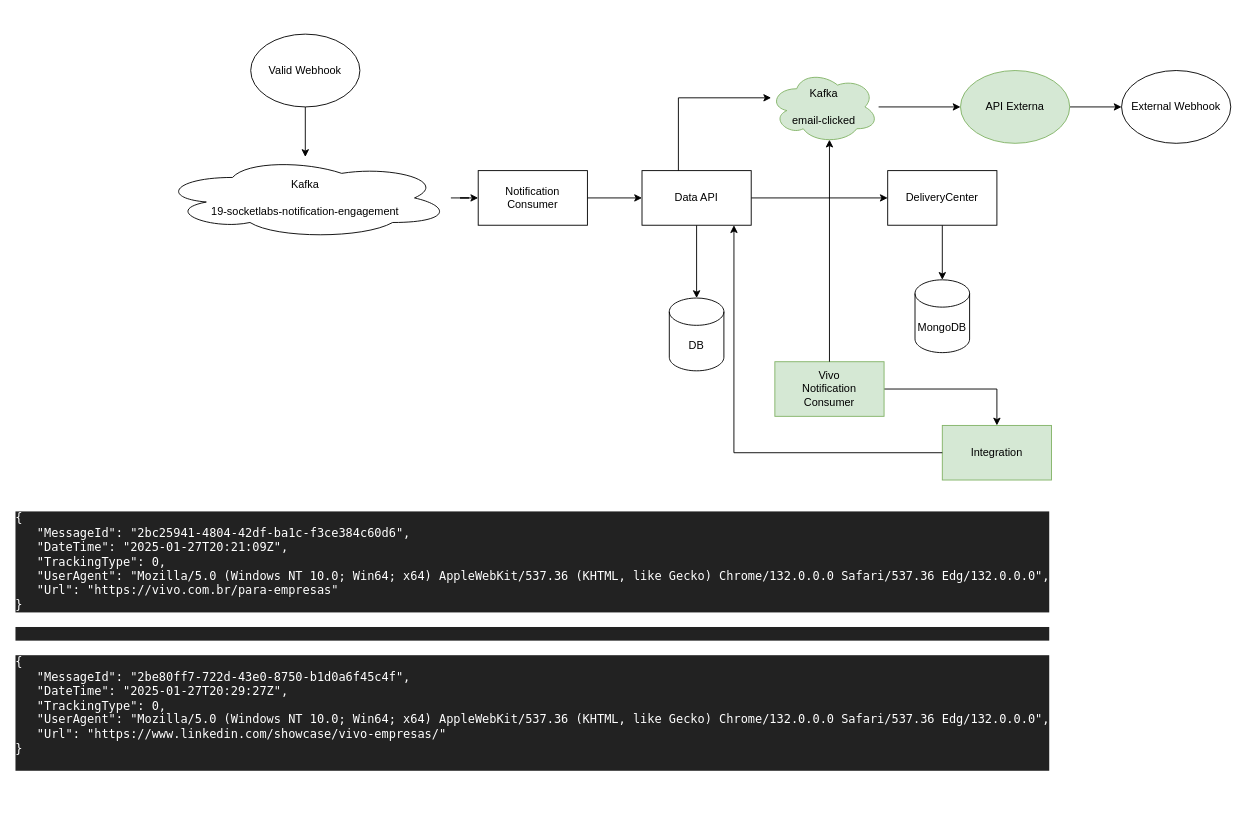
Before: page "Fluxo email clicado Kafka - Ideal" (2 of 2) of Analise 27012025.drawio in caio-bueno/draws-valid, a draw.io diagram. Source tidied: cells renumbered, new cells numbered last; positions are measured from the earlier drawing's top-left corner, leaving out a move shared by most shapes. Both pictures are drawn from the tidied source at 91%, with x=0, y=0 at pixel (68, 34).
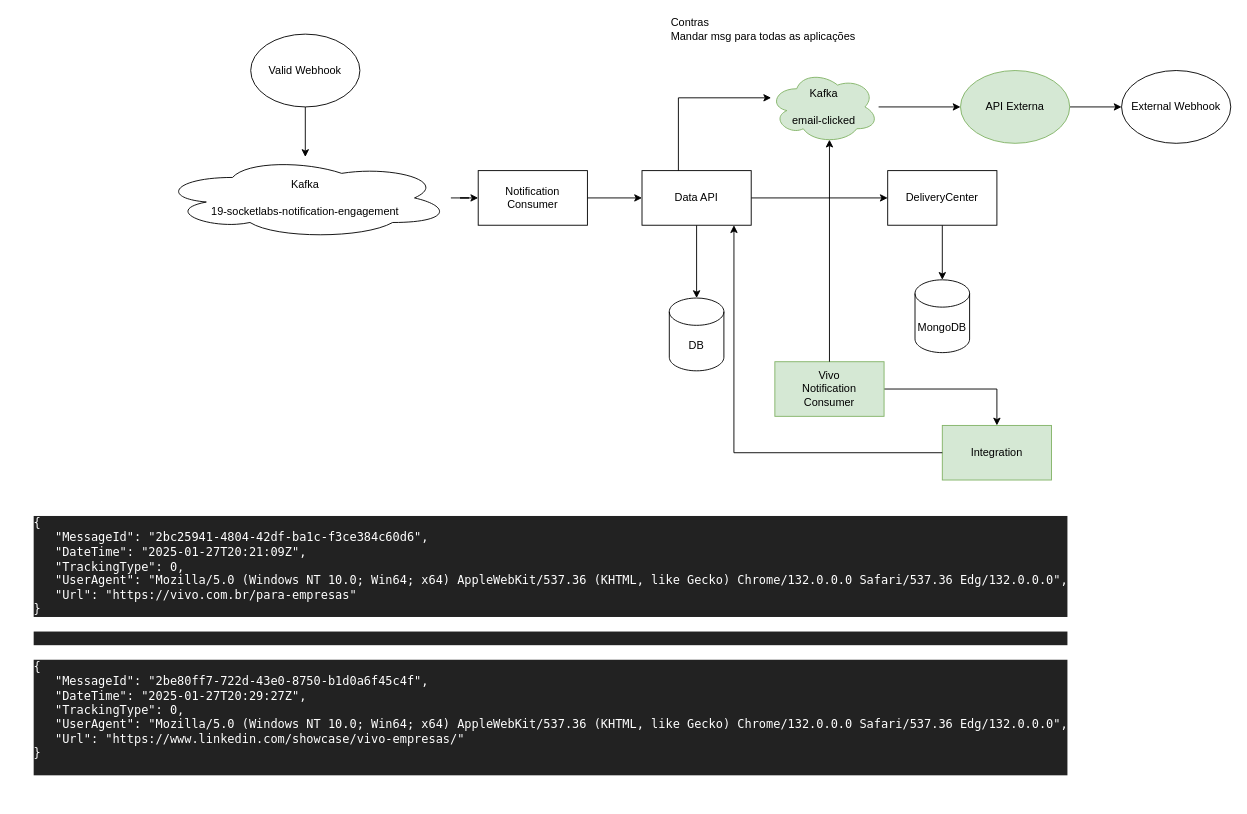
The same page after the edit.

What changed in the source:
```diff
@@
     <mxCell id="26" value="&lt;pre style=&quot;box-sizing: border-box; font-family: SFMono-Regular, Menlo, Monaco, Consolas, &amp;quot;Liberation Mono&amp;quot;, &amp;quot;Courier New&amp;quot;, monospace; font-size: 13.125px; margin-top: 0px; margin-bottom: 1rem; overflow: auto; color: rgb(255, 255, 255); text-align: left; background-color: rgb(34, 34, 34);&quot; class=&quot;message-body&quot;&gt;{&lt;br&gt;   &quot;MessageId&quot;: &quot;2bc25941-4804-42df-ba1c-f3ce384c60d6&quot;,&lt;br&gt;   &quot;DateTime&quot;: &quot;2025-01-27T20:21:09Z&quot;,&lt;br&gt;   &quot;TrackingType&quot;: 0,&lt;br&gt;   &quot;UserAgent&quot;: &quot;Mozilla/5.0 (Windows NT 10.0; Win64; x64) AppleWebKit/537.36 (KHTML, like Gecko) Chrome/132.0.0.0 Safari/537.36 Edg/132.0.0.0&quot;,&lt;br&gt;   &quot;Url&quot;: &quot;https://vivo.com.br/para-empresas&quot;&lt;br&gt;}&lt;/pre&gt;&lt;pre style=&quot;box-sizing: border-box; font-family: SFMono-Regular, Menlo, Monaco, Consolas, &amp;quot;Liberation Mono&amp;quot;, &amp;quot;Courier New&amp;quot;, monospace; font-size: 13.125px; margin-top: 0px; margin-bottom: 1rem; overflow: auto; color: rgb(255, 255, 255); text-align: left; background-color: rgb(34, 34, 34);&quot; class=&quot;message-body&quot;&gt;&lt;br&gt;&lt;/pre&gt;&lt;pre style=&quot;box-sizing: border-box; font-family: SFMono-Regular, Menlo, Monaco, Consolas, &amp;quot;Liberation Mono&amp;quot;, &amp;quot;Courier New&amp;quot;, monospace; font-size: 13.125px; margin-top: 0px; margin-bottom: 1rem; overflow: auto; color: rgb(255, 255, 255); text-align: left; background-color: rgb(34, 34, 34);&quot; class=&quot;message-body&quot;&gt;&lt;pre style=&quot;box-sizing: border-box; font-family: SFMono-Regular, Menlo, Monaco, Consolas, &amp;quot;Liberation Mono&amp;quot;, &amp;quot;Courier New&amp;quot;, monospace; margin-top: 0px; margin-bottom: 1rem; overflow: auto;&quot; class=&quot;message-body&quot;&gt;{&lt;br/&gt;   &quot;MessageId&quot;: &quot;2be80ff7-722d-43e0-8750-b1d0a6f45c4f&quot;,&lt;br/&gt;   &quot;DateTime&quot;: &quot;2025-01-27T20:29:27Z&quot;,&lt;br/&gt;   &quot;TrackingType&quot;: 0,&lt;br/&gt;   &quot;UserAgent&quot;: &quot;Mozilla/5.0 (Windows NT 10.0; Win64; x64) AppleWebKit/537.36 (KHTML, like Gecko) Chrome/132.0.0.0 Safari/537.36 Edg/132.0.0.0&quot;,&lt;br/&gt;   &quot;Url&quot;: &quot;https://www.linkedin.com/showcase/vivo-empresas/&quot;&lt;br/&gt;}&lt;/pre&gt;&lt;/pre&gt;" style="text;html=1;align=center;verticalAlign=middle;whiteSpace=wrap;rounded=0;" parent="1" vertex="1">
-      <mxGeometry y="510" width="1020" height="330" as="geometry" />
+      <mxGeometry y="520" width="1060" height="320" as="geometry" />
     </mxCell>
+    <mxCell id="27" value="Contras&lt;div&gt;Mandar msg para todas as aplicações&lt;/div&gt;" style="text;html=1;align=left;verticalAlign=middle;whiteSpace=wrap;rounded=0;" parent="1" vertex="1">
+      <mxGeometry x="660" y="-20" width="210" height="30" as="geometry" />
+    </mxCell>
```
